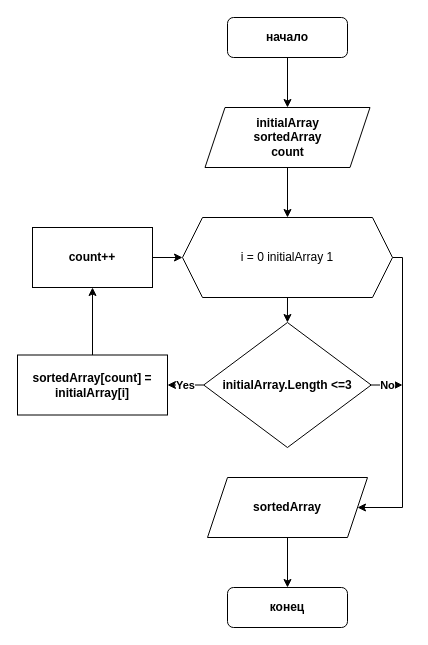
This is блок схема.drawio from Segunok1/credit_work, a draw.io file, before an edit. Source tidied: cells renumbered, new cells numbered last; positions are measured from the earlier drawing's top-left corner, leaving out a move shared by most shapes. Both pictures are drawn from the tidied source at 100%, with x=0, y=0 at pixel (17, 17).
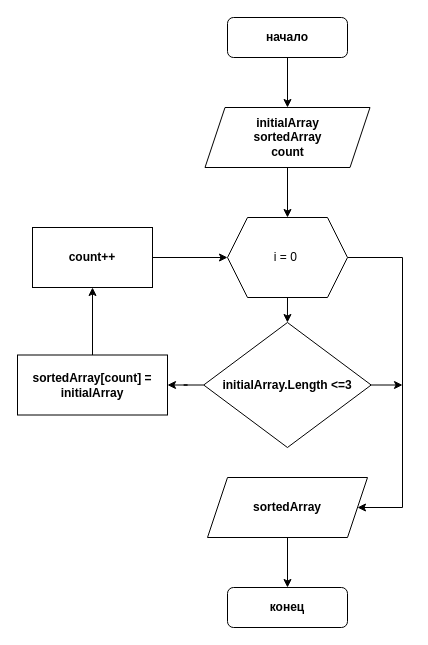
The same diagram, later.

Unchanged cells that the change refers to:
```xml
<mxCell id="11" value="initialArray.Length &amp;lt;=3" style="rhombus;whiteSpace=wrap;html=1;fontStyle=1;" parent="1" vertex="1">
  <mxGeometry x="186.2" y="305" width="167.5" height="125" as="geometry" />
</mxCell>
```

Change to the diagram source:
```diff
@@
-    <mxCell id="9" value="Yes" style="edgeStyle=orthogonalEdgeStyle;rounded=0;jettySize=auto;html=1;entryX=1;entryY=0.5;entryDx=0;entryDy=0;fontStyle=1;" parent="1" edge="1" source="11" target="18">
+    <mxCell id="9" style="edgeStyle=orthogonalEdgeStyle;rounded=0;jettySize=auto;html=1;entryX=1;entryY=0.5;entryDx=0;entryDy=0;" parent="1" edge="1" source="11" target="18">
       <mxGeometry relative="1" as="geometry" />
     </mxCell>
-    <mxCell id="10" value="No" style="edgeStyle=orthogonalEdgeStyle;rounded=0;jettySize=auto;html=1;exitX=1;exitY=0.5;exitDx=0;exitDy=0;fontStyle=1;" parent="1" edge="1" source="11">
+    <mxCell id="10" style="edgeStyle=orthogonalEdgeStyle;rounded=0;jettySize=auto;html=1;exitX=1;exitY=0.5;exitDx=0;exitDy=0;" parent="1" edge="1" source="11">
       <mxGeometry relative="1" as="geometry">
         <mxPoint x="385" y="368" as="targetPoint" />
       </mxGeometry>
     </mxCell>
@@
-    <mxCell id="14" value="i = 0 initialArray 1" style="shape=hexagon;perimeter=hexagonPerimeter2;whiteSpace=wrap;html=1;fixedSize=1;" parent="1" vertex="1">
-      <mxGeometry x="165" y="200" width="210" height="80" as="geometry" />
+    <mxCell id="14" value="i = 0&amp;nbsp;" style="shape=hexagon;perimeter=hexagonPerimeter2;whiteSpace=wrap;html=1;fixedSize=1;" parent="1" vertex="1">
+      <mxGeometry x="210" y="200" width="120" height="80" as="geometry" />
     </mxCell>
@@
-    <mxCell id="18" value="sortedArray[count] =&lt;br&gt;initialArray[i]" style="rounded=0;whiteSpace=wrap;html=1;fontStyle=1;" parent="1" vertex="1">
+    <mxCell id="18" value="sortedArray[count] =&lt;br&gt;initialArray" style="rounded=0;whiteSpace=wrap;html=1;fontStyle=1;" parent="1" vertex="1">
       <mxGeometry y="337.5" width="150" height="60" as="geometry" />
     </mxCell>
```
